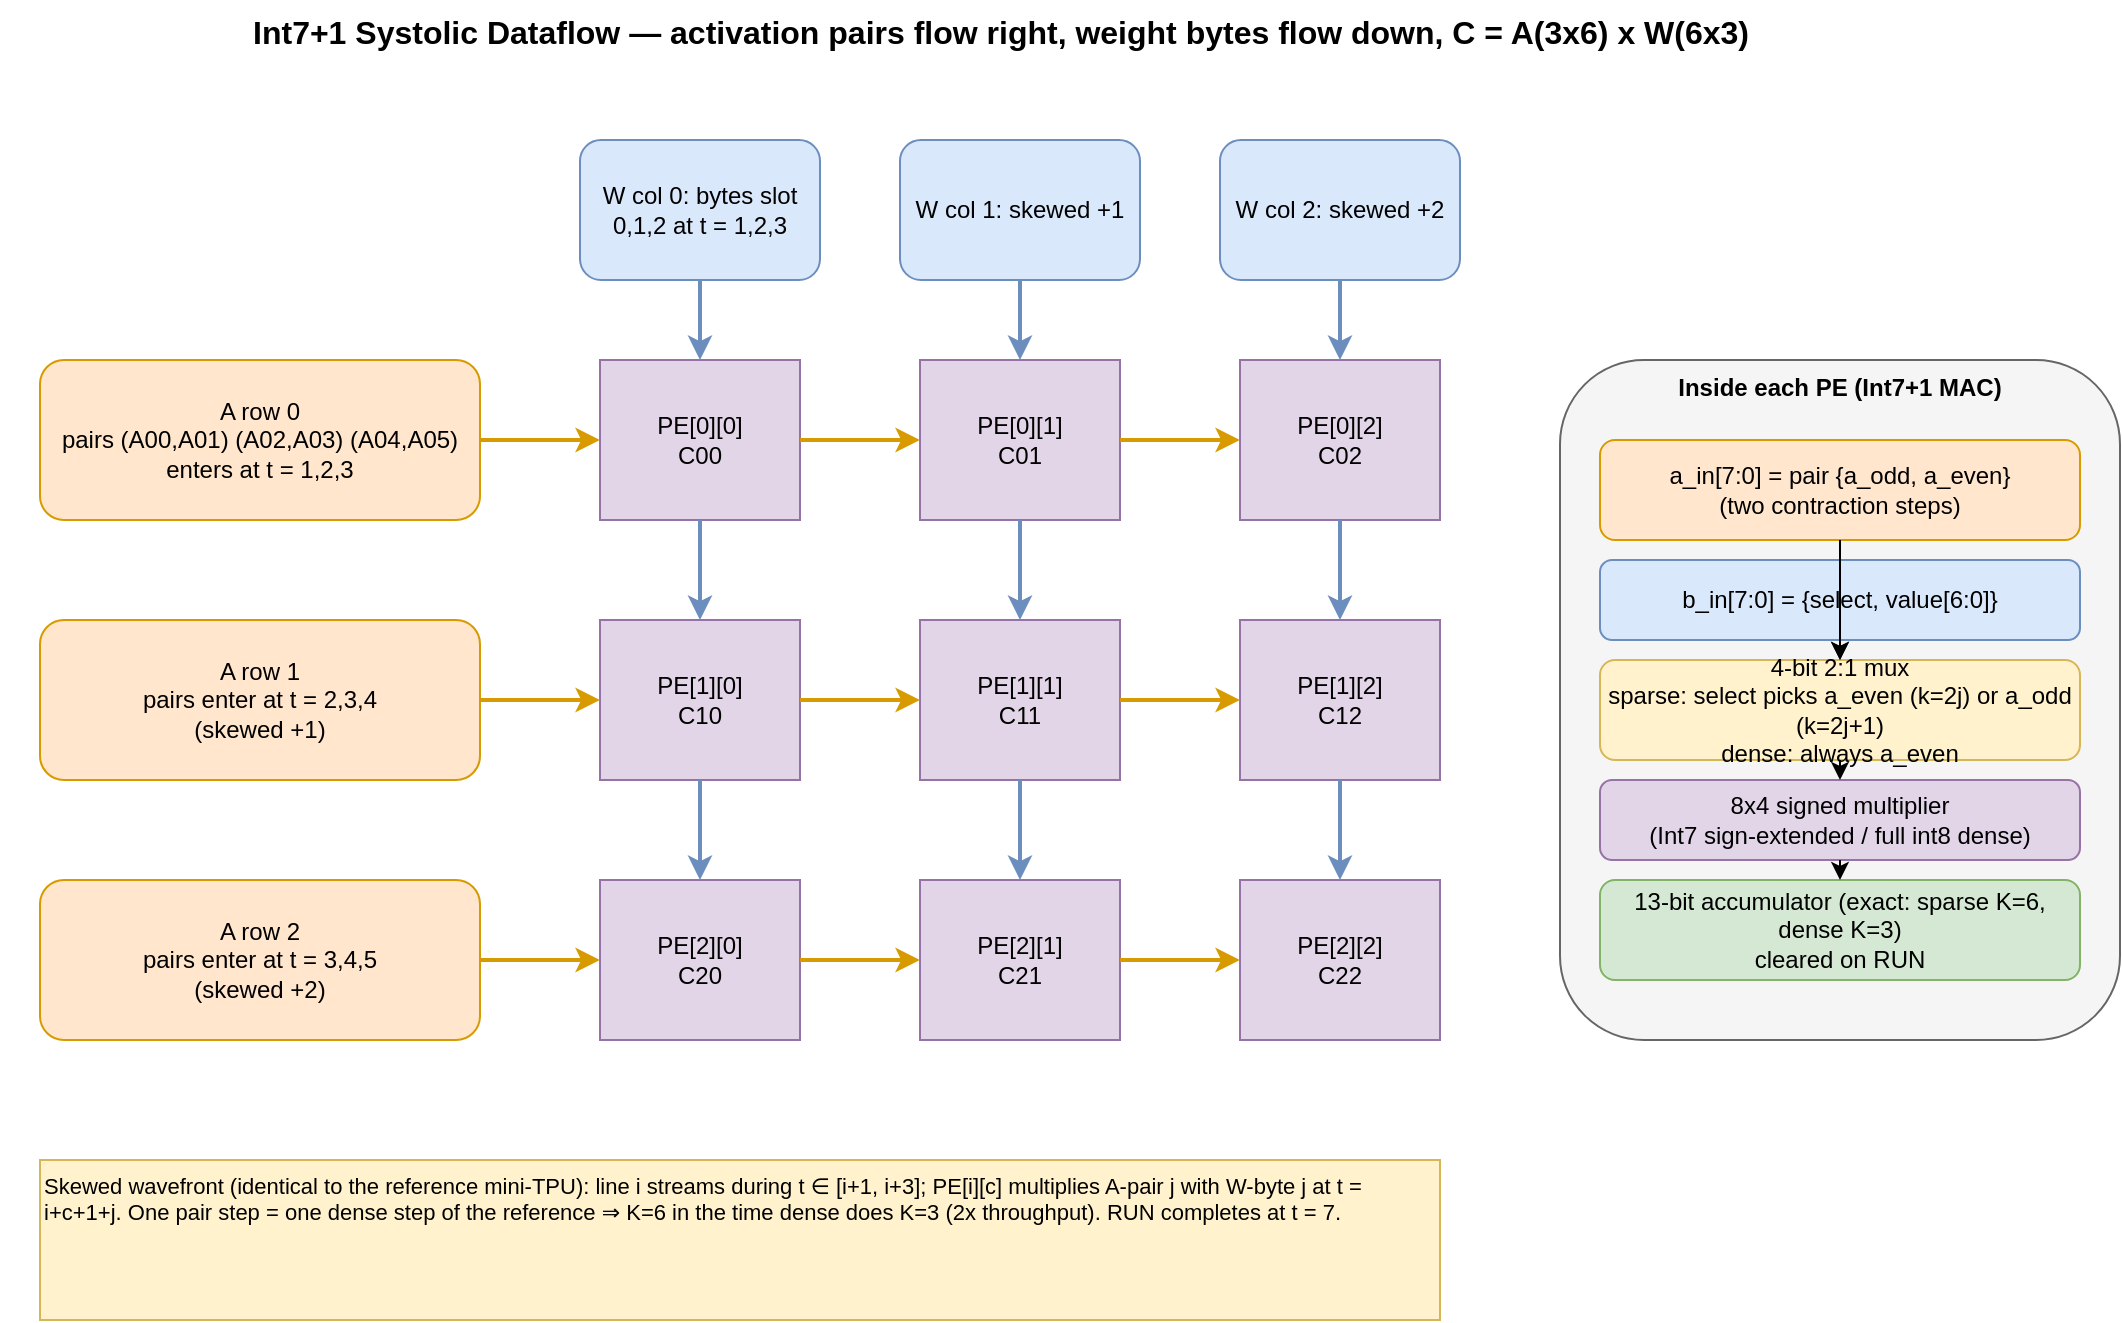
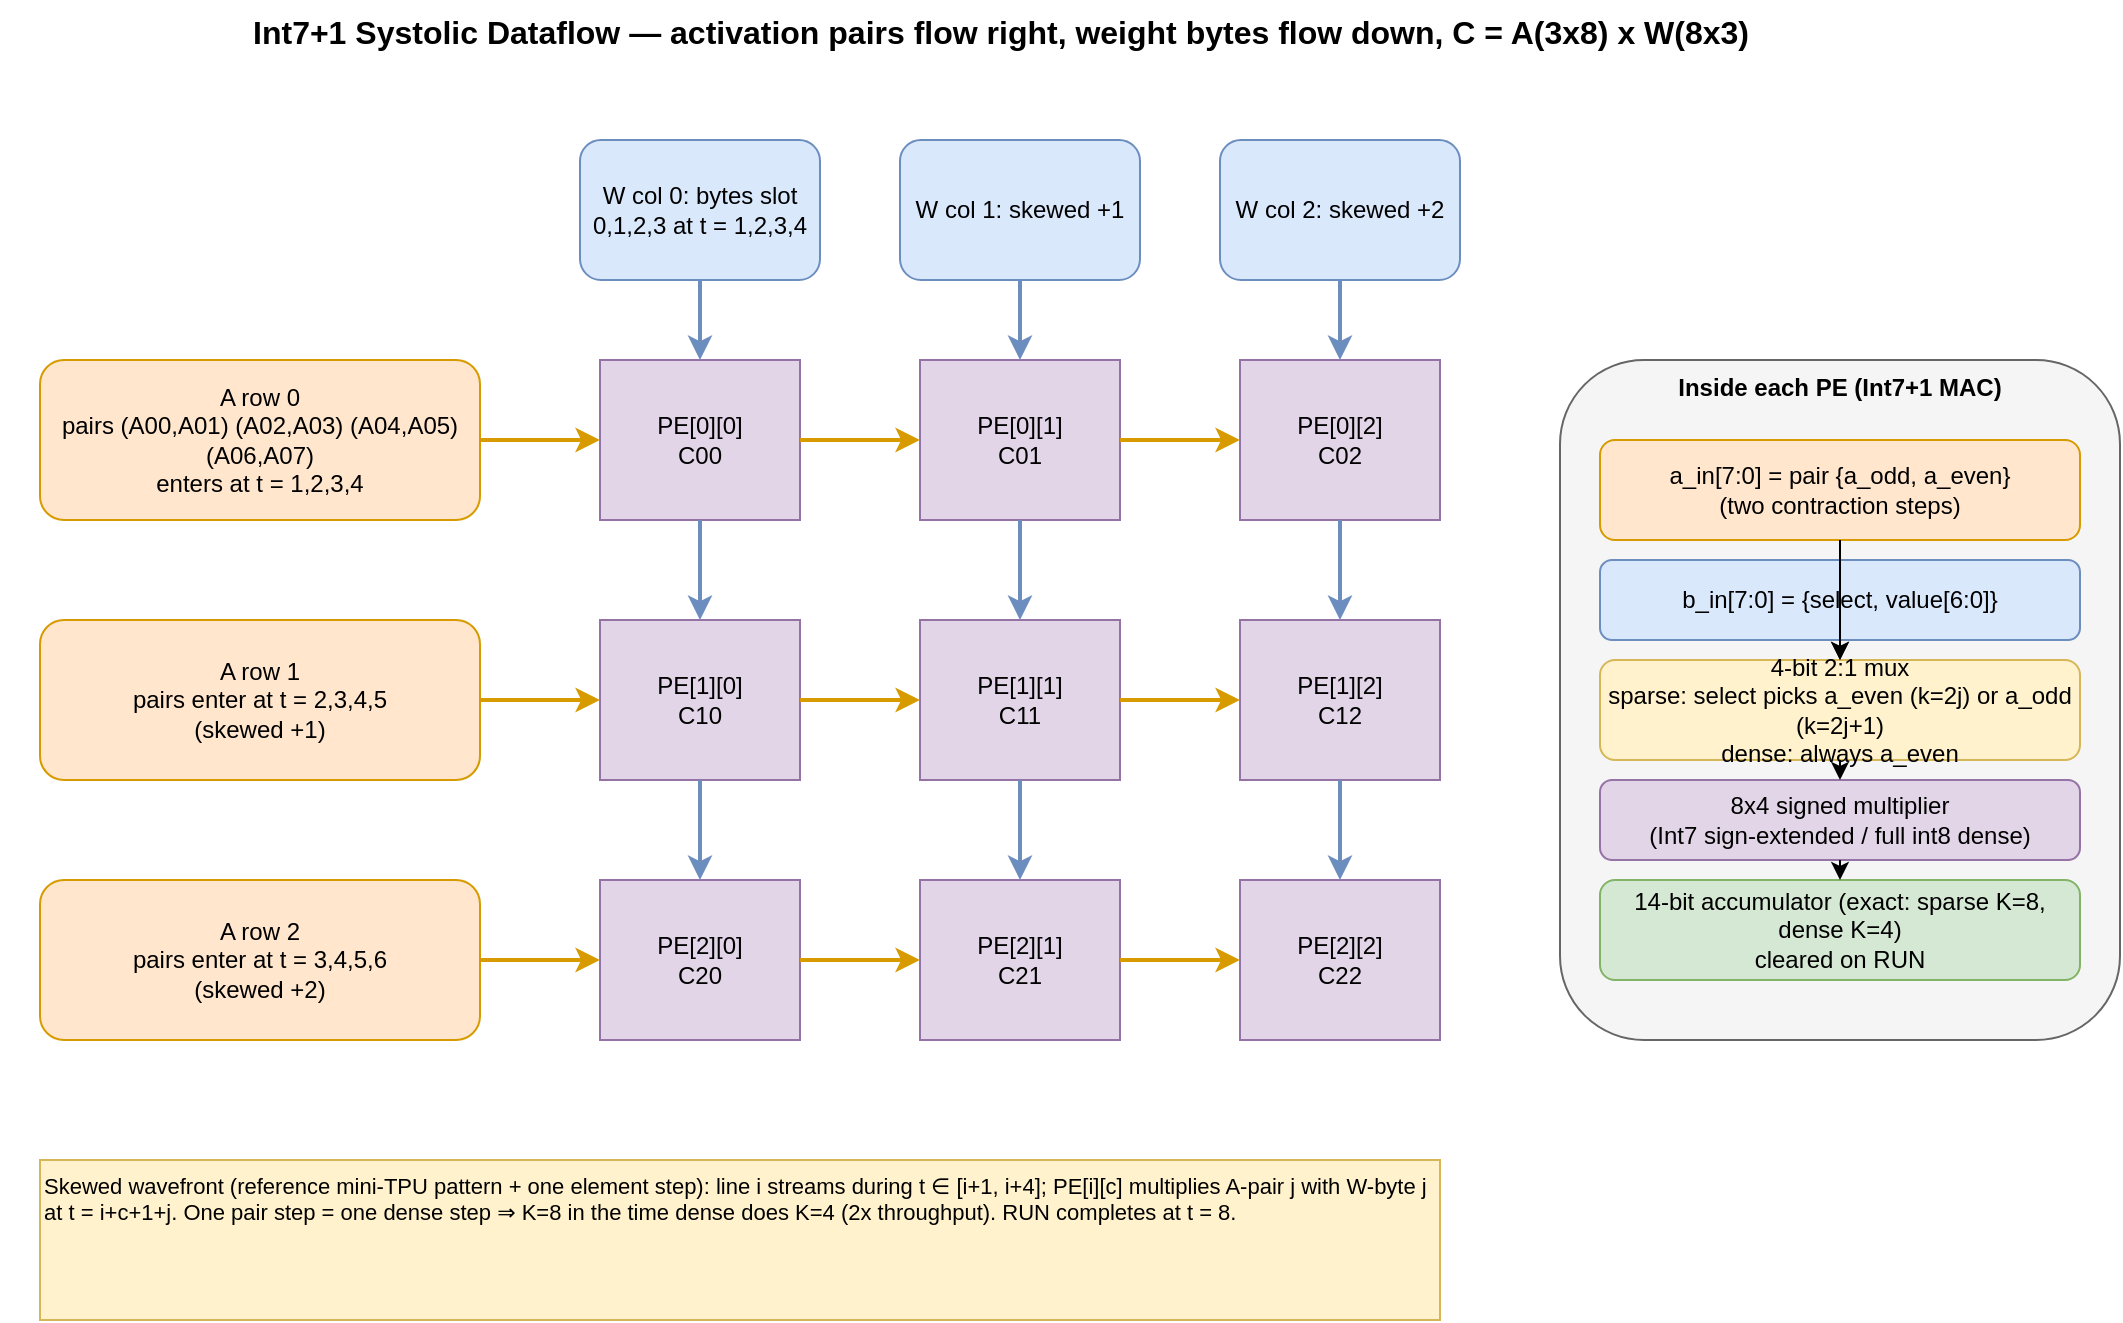
<mxfile host="app.diagrams.net" type="device">
  <diagram id="dataflow" name="Dataflow">
    <mxGraphModel dx="1400" dy="900" grid="1" gridSize="10" guides="1" tooltips="1" connect="1" arrows="1" fold="1" page="1" pageScale="1" pageWidth="1200" pageHeight="850" math="0" shadow="0">
      <root>
        <mxCell id="0" />
        <mxCell id="1" parent="0" />

-         <mxCell id="title" value="Int7+1 Systolic Dataflow — activation pairs flow right, weight bytes flow down, C = A(3x6) x W(6x3)" style="text;html=1;fontSize=16;fontStyle=1;align=center;" vertex="1" parent="1">
+         <mxCell id="title" value="Int7+1 Systolic Dataflow — activation pairs flow right, weight bytes flow down, C = A(3x8) x W(8x3)" style="text;html=1;fontSize=16;fontStyle=1;align=center;" vertex="1" parent="1">
          <mxGeometry x="100" y="20" width="1000" height="30" as="geometry" />
        </mxCell>

        <mxCell id="pe00" value="PE[0][0]&#10;C00" style="rounded=0;whiteSpace=wrap;html=1;fillColor=#e1d5e7;strokeColor=#9673a6;" vertex="1" parent="1"><mxGeometry x="400" y="200" width="100" height="80" as="geometry" /></mxCell>
        <mxCell id="pe01" value="PE[0][1]&#10;C01" style="rounded=0;whiteSpace=wrap;html=1;fillColor=#e1d5e7;strokeColor=#9673a6;" vertex="1" parent="1"><mxGeometry x="560" y="200" width="100" height="80" as="geometry" /></mxCell>
        <mxCell id="pe02" value="PE[0][2]&#10;C02" style="rounded=0;whiteSpace=wrap;html=1;fillColor=#e1d5e7;strokeColor=#9673a6;" vertex="1" parent="1"><mxGeometry x="720" y="200" width="100" height="80" as="geometry" /></mxCell>
        <mxCell id="pe10" value="PE[1][0]&#10;C10" style="rounded=0;whiteSpace=wrap;html=1;fillColor=#e1d5e7;strokeColor=#9673a6;" vertex="1" parent="1"><mxGeometry x="400" y="330" width="100" height="80" as="geometry" /></mxCell>
        <mxCell id="pe11" value="PE[1][1]&#10;C11" style="rounded=0;whiteSpace=wrap;html=1;fillColor=#e1d5e7;strokeColor=#9673a6;" vertex="1" parent="1"><mxGeometry x="560" y="330" width="100" height="80" as="geometry" /></mxCell>
        <mxCell id="pe12" value="PE[1][2]&#10;C12" style="rounded=0;whiteSpace=wrap;html=1;fillColor=#e1d5e7;strokeColor=#9673a6;" vertex="1" parent="1"><mxGeometry x="720" y="330" width="100" height="80" as="geometry" /></mxCell>
        <mxCell id="pe20" value="PE[2][0]&#10;C20" style="rounded=0;whiteSpace=wrap;html=1;fillColor=#e1d5e7;strokeColor=#9673a6;" vertex="1" parent="1"><mxGeometry x="400" y="460" width="100" height="80" as="geometry" /></mxCell>
        <mxCell id="pe21" value="PE[2][1]&#10;C21" style="rounded=0;whiteSpace=wrap;html=1;fillColor=#e1d5e7;strokeColor=#9673a6;" vertex="1" parent="1"><mxGeometry x="560" y="460" width="100" height="80" as="geometry" /></mxCell>
        <mxCell id="pe22" value="PE[2][2]&#10;C22" style="rounded=0;whiteSpace=wrap;html=1;fillColor=#e1d5e7;strokeColor=#9673a6;" vertex="1" parent="1"><mxGeometry x="720" y="460" width="100" height="80" as="geometry" /></mxCell>

-         <mxCell id="rowa0" value="A row 0&#10;pairs (A00,A01) (A02,A03) (A04,A05)&#10;enters at t = 1,2,3" style="rounded=1;whiteSpace=wrap;html=1;fillColor=#ffe6cc;strokeColor=#d79b00;" vertex="1" parent="1"><mxGeometry x="120" y="200" width="220" height="80" as="geometry" /></mxCell>
-         <mxCell id="rowa1" value="A row 1&#10;pairs enter at t = 2,3,4&#10;(skewed +1)" style="rounded=1;whiteSpace=wrap;html=1;fillColor=#ffe6cc;strokeColor=#d79b00;" vertex="1" parent="1"><mxGeometry x="120" y="330" width="220" height="80" as="geometry" /></mxCell>
-         <mxCell id="rowa2" value="A row 2&#10;pairs enter at t = 3,4,5&#10;(skewed +2)" style="rounded=1;whiteSpace=wrap;html=1;fillColor=#ffe6cc;strokeColor=#d79b00;" vertex="1" parent="1"><mxGeometry x="120" y="460" width="220" height="80" as="geometry" /></mxCell>
+         <mxCell id="rowa0" value="A row 0&#10;pairs (A00,A01) (A02,A03) (A04,A05) (A06,A07)&#10;enters at t = 1,2,3,4" style="rounded=1;whiteSpace=wrap;html=1;fillColor=#ffe6cc;strokeColor=#d79b00;" vertex="1" parent="1"><mxGeometry x="120" y="200" width="220" height="80" as="geometry" /></mxCell>
+         <mxCell id="rowa1" value="A row 1&#10;pairs enter at t = 2,3,4,5&#10;(skewed +1)" style="rounded=1;whiteSpace=wrap;html=1;fillColor=#ffe6cc;strokeColor=#d79b00;" vertex="1" parent="1"><mxGeometry x="120" y="330" width="220" height="80" as="geometry" /></mxCell>
+         <mxCell id="rowa2" value="A row 2&#10;pairs enter at t = 3,4,5,6&#10;(skewed +2)" style="rounded=1;whiteSpace=wrap;html=1;fillColor=#ffe6cc;strokeColor=#d79b00;" vertex="1" parent="1"><mxGeometry x="120" y="460" width="220" height="80" as="geometry" /></mxCell>

-         <mxCell id="colb0" value="W col 0: bytes slot 0,1,2 at t = 1,2,3" style="rounded=1;whiteSpace=wrap;html=1;fillColor=#dae8fc;strokeColor=#6c8ebf;" vertex="1" parent="1"><mxGeometry x="390" y="90" width="120" height="70" as="geometry" /></mxCell>
+         <mxCell id="colb0" value="W col 0: bytes slot 0,1,2,3 at t = 1,2,3,4" style="rounded=1;whiteSpace=wrap;html=1;fillColor=#dae8fc;strokeColor=#6c8ebf;" vertex="1" parent="1"><mxGeometry x="390" y="90" width="120" height="70" as="geometry" /></mxCell>
        <mxCell id="colb1" value="W col 1: skewed +1" style="rounded=1;whiteSpace=wrap;html=1;fillColor=#dae8fc;strokeColor=#6c8ebf;" vertex="1" parent="1"><mxGeometry x="550" y="90" width="120" height="70" as="geometry" /></mxCell>
        <mxCell id="colb2" value="W col 2: skewed +2" style="rounded=1;whiteSpace=wrap;html=1;fillColor=#dae8fc;strokeColor=#6c8ebf;" vertex="1" parent="1"><mxGeometry x="710" y="90" width="120" height="70" as="geometry" /></mxCell>

        <mxCell id="a00" style="edgeStyle=orthogonalEdgeStyle;html=1;strokeColor=#d79b00;strokeWidth=2;" edge="1" parent="1" source="rowa0" target="pe00"><mxGeometry relative="1" as="geometry" /></mxCell>
        <mxCell id="a01" style="edgeStyle=orthogonalEdgeStyle;html=1;strokeColor=#d79b00;strokeWidth=2;" edge="1" parent="1" source="pe00" target="pe01"><mxGeometry relative="1" as="geometry" /></mxCell>
        <mxCell id="a02" style="edgeStyle=orthogonalEdgeStyle;html=1;strokeColor=#d79b00;strokeWidth=2;" edge="1" parent="1" source="pe01" target="pe02"><mxGeometry relative="1" as="geometry" /></mxCell>
        <mxCell id="a10" style="edgeStyle=orthogonalEdgeStyle;html=1;strokeColor=#d79b00;strokeWidth=2;" edge="1" parent="1" source="rowa1" target="pe10"><mxGeometry relative="1" as="geometry" /></mxCell>
        <mxCell id="a11" style="edgeStyle=orthogonalEdgeStyle;html=1;strokeColor=#d79b00;strokeWidth=2;" edge="1" parent="1" source="pe10" target="pe11"><mxGeometry relative="1" as="geometry" /></mxCell>
        <mxCell id="a12" style="edgeStyle=orthogonalEdgeStyle;html=1;strokeColor=#d79b00;strokeWidth=2;" edge="1" parent="1" source="pe11" target="pe12"><mxGeometry relative="1" as="geometry" /></mxCell>
        <mxCell id="a20" style="edgeStyle=orthogonalEdgeStyle;html=1;strokeColor=#d79b00;strokeWidth=2;" edge="1" parent="1" source="rowa2" target="pe20"><mxGeometry relative="1" as="geometry" /></mxCell>
        <mxCell id="a21" style="edgeStyle=orthogonalEdgeStyle;html=1;strokeColor=#d79b00;strokeWidth=2;" edge="1" parent="1" source="pe20" target="pe21"><mxGeometry relative="1" as="geometry" /></mxCell>
        <mxCell id="a22" style="edgeStyle=orthogonalEdgeStyle;html=1;strokeColor=#d79b00;strokeWidth=2;" edge="1" parent="1" source="pe21" target="pe22"><mxGeometry relative="1" as="geometry" /></mxCell>

        <mxCell id="b00" style="edgeStyle=orthogonalEdgeStyle;html=1;strokeColor=#6c8ebf;strokeWidth=2;" edge="1" parent="1" source="colb0" target="pe00"><mxGeometry relative="1" as="geometry" /></mxCell>
        <mxCell id="b01" style="edgeStyle=orthogonalEdgeStyle;html=1;strokeColor=#6c8ebf;strokeWidth=2;" edge="1" parent="1" source="pe00" target="pe10"><mxGeometry relative="1" as="geometry" /></mxCell>
        <mxCell id="b02" style="edgeStyle=orthogonalEdgeStyle;html=1;strokeColor=#6c8ebf;strokeWidth=2;" edge="1" parent="1" source="pe10" target="pe20"><mxGeometry relative="1" as="geometry" /></mxCell>
        <mxCell id="b10" style="edgeStyle=orthogonalEdgeStyle;html=1;strokeColor=#6c8ebf;strokeWidth=2;" edge="1" parent="1" source="colb1" target="pe01"><mxGeometry relative="1" as="geometry" /></mxCell>
        <mxCell id="b11" style="edgeStyle=orthogonalEdgeStyle;html=1;strokeColor=#6c8ebf;strokeWidth=2;" edge="1" parent="1" source="pe01" target="pe11"><mxGeometry relative="1" as="geometry" /></mxCell>
        <mxCell id="b12" style="edgeStyle=orthogonalEdgeStyle;html=1;strokeColor=#6c8ebf;strokeWidth=2;" edge="1" parent="1" source="pe11" target="pe21"><mxGeometry relative="1" as="geometry" /></mxCell>
        <mxCell id="b20" style="edgeStyle=orthogonalEdgeStyle;html=1;strokeColor=#6c8ebf;strokeWidth=2;" edge="1" parent="1" source="colb2" target="pe02"><mxGeometry relative="1" as="geometry" /></mxCell>
        <mxCell id="b21" style="edgeStyle=orthogonalEdgeStyle;html=1;strokeColor=#6c8ebf;strokeWidth=2;" edge="1" parent="1" source="pe02" target="pe12"><mxGeometry relative="1" as="geometry" /></mxCell>
        <mxCell id="b22" style="edgeStyle=orthogonalEdgeStyle;html=1;strokeColor=#6c8ebf;strokeWidth=2;" edge="1" parent="1" source="pe12" target="pe22"><mxGeometry relative="1" as="geometry" /></mxCell>

        <mxCell id="pedetail" value="Inside each PE (Int7+1 MAC)" style="rounded=1;whiteSpace=wrap;html=1;fillColor=#f5f5f5;strokeColor=#666666;verticalAlign=top;fontStyle=1;" vertex="1" parent="1">
          <mxGeometry x="880" y="200" width="280" height="340" as="geometry" />
        </mxCell>
        <mxCell id="pd1" value="a_in[7:0] = pair {a_odd, a_even}&#10;(two contraction steps)" style="rounded=1;whiteSpace=wrap;html=1;fillColor=#ffe6cc;strokeColor=#d79b00;" vertex="1" parent="1">
          <mxGeometry x="900" y="240" width="240" height="50" as="geometry" />
        </mxCell>
        <mxCell id="pd2" value="b_in[7:0] = {select, value[6:0]}" style="rounded=1;whiteSpace=wrap;html=1;fillColor=#dae8fc;strokeColor=#6c8ebf;" vertex="1" parent="1">
          <mxGeometry x="900" y="300" width="240" height="40" as="geometry" />
        </mxCell>
        <mxCell id="pd3" value="4-bit 2:1 mux&#10;sparse: select picks a_even (k=2j) or a_odd (k=2j+1)&#10;dense: always a_even" style="rounded=1;whiteSpace=wrap;html=1;fillColor=#fff2cc;strokeColor=#d6b656;" vertex="1" parent="1">
          <mxGeometry x="900" y="350" width="240" height="50" as="geometry" />
        </mxCell>
        <mxCell id="pd4" value="8x4 signed multiplier&#10;(Int7 sign-extended / full int8 dense)" style="rounded=1;whiteSpace=wrap;html=1;fillColor=#e1d5e7;strokeColor=#9673a6;" vertex="1" parent="1">
          <mxGeometry x="900" y="410" width="240" height="40" as="geometry" />
        </mxCell>
-         <mxCell id="pd5" value="13-bit accumulator (exact: sparse K=6, dense K=3)&#10;cleared on RUN" style="rounded=1;whiteSpace=wrap;html=1;fillColor=#d5e8d4;strokeColor=#82b366;" vertex="1" parent="1">
+         <mxCell id="pd5" value="14-bit accumulator (exact: sparse K=8, dense K=4)&#10;cleared on RUN" style="rounded=1;whiteSpace=wrap;html=1;fillColor=#d5e8d4;strokeColor=#82b366;" vertex="1" parent="1">
          <mxGeometry x="900" y="460" width="240" height="50" as="geometry" />
        </mxCell>
        <mxCell id="pde1" style="edgeStyle=orthogonalEdgeStyle;html=1;" edge="1" parent="1" source="pd1" target="pd3"><mxGeometry relative="1" as="geometry" /></mxCell>
        <mxCell id="pde2" style="edgeStyle=orthogonalEdgeStyle;html=1;" edge="1" parent="1" source="pd2" target="pd3"><mxGeometry relative="1" as="geometry" /></mxCell>
        <mxCell id="pde3" style="edgeStyle=orthogonalEdgeStyle;html=1;" edge="1" parent="1" source="pd3" target="pd4"><mxGeometry relative="1" as="geometry" /></mxCell>
        <mxCell id="pde4" style="edgeStyle=orthogonalEdgeStyle;html=1;" edge="1" parent="1" source="pd4" target="pd5"><mxGeometry relative="1" as="geometry" /></mxCell>

-         <mxCell id="note" value="Skewed wavefront (identical to the reference mini-TPU): line i streams during t ∈ [i+1, i+3]; PE[i][c] multiplies A-pair j with W-byte j at t = i+c+1+j. One pair step = one dense step of the reference ⇒ K=6 in the time dense does K=3 (2x throughput). RUN completes at t = 7." style="text;html=1;whiteSpace=wrap;fontSize=11;fillColor=#fff2cc;strokeColor=#d6b656;" vertex="1" parent="1">
+         <mxCell id="note" value="Skewed wavefront (reference mini-TPU pattern + one element step): line i streams during t ∈ [i+1, i+4]; PE[i][c] multiplies A-pair j with W-byte j at t = i+c+1+j. One pair step = one dense step ⇒ K=8 in the time dense does K=4 (2x throughput). RUN completes at t = 8." style="text;html=1;whiteSpace=wrap;fontSize=11;fillColor=#fff2cc;strokeColor=#d6b656;" vertex="1" parent="1">
          <mxGeometry x="120" y="600" width="700" height="80" as="geometry" />
        </mxCell>
      </root>
    </mxGraphModel>
  </diagram>
</mxfile>
